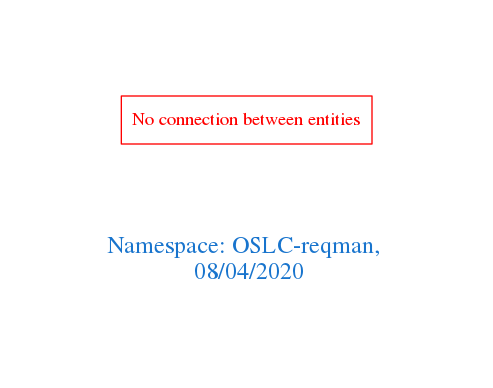
The Graphviz diagram downloads/OSLC-reqman.png in arago/OGIT, before a commit. Its source is kept beside it as downloads/OSLC-reqman.dot.
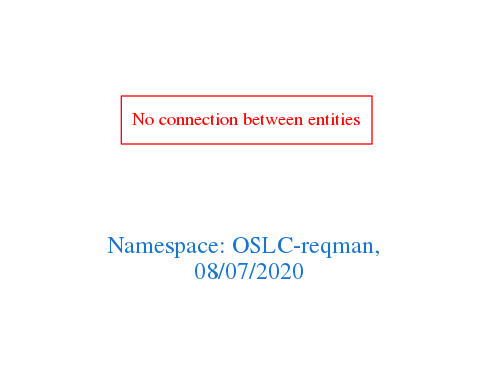
After the change.

The edit, as a diff of the source:
```diff
@@ -1,7 +1,7 @@
 digraph OGIT_ontology {
  graph [ rankdir= LR,pad=1
 fontsize = 18,
-fontcolor= dodgerblue3,label = "\n\n\nNamespace: OSLC-reqman, \n 08/04/2020"];
+fontcolor= dodgerblue3,label = "\n\n\nNamespace: OSLC-reqman, \n 08/07/2020"];
 node[shape=polygon];
 edge [  color="gray81"];
 
```
